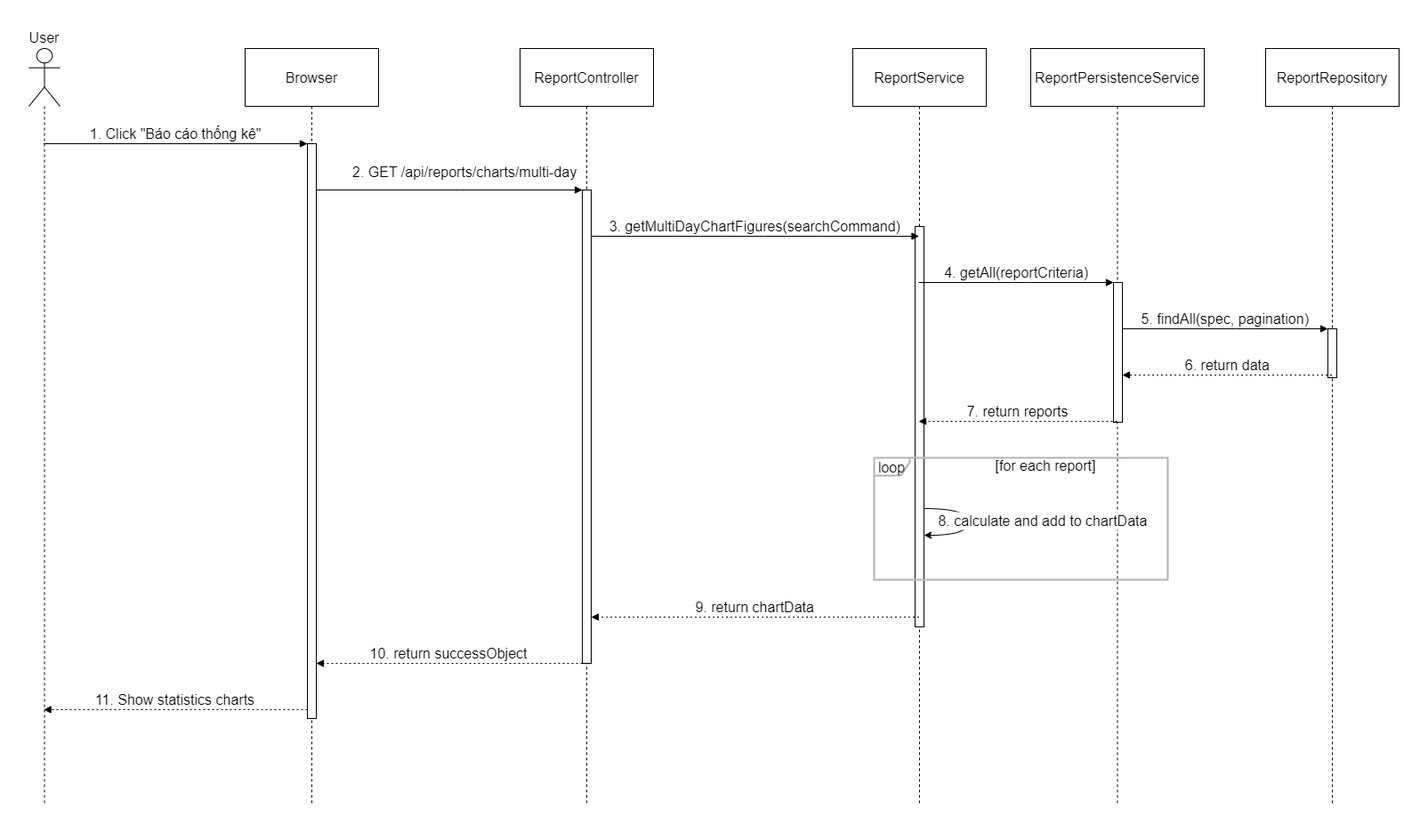
Earlier version of the draw.io export Report7/SDD/Detailed-Design/Report/outbound/21-04/get-multi-chart-sequence-diagram.drawio.png (f-pms/Document). Source tidied: cells renumbered, new cells last; positions are measured from the earlier drawing's top-left corner, leaving out a move shared by most shapes.
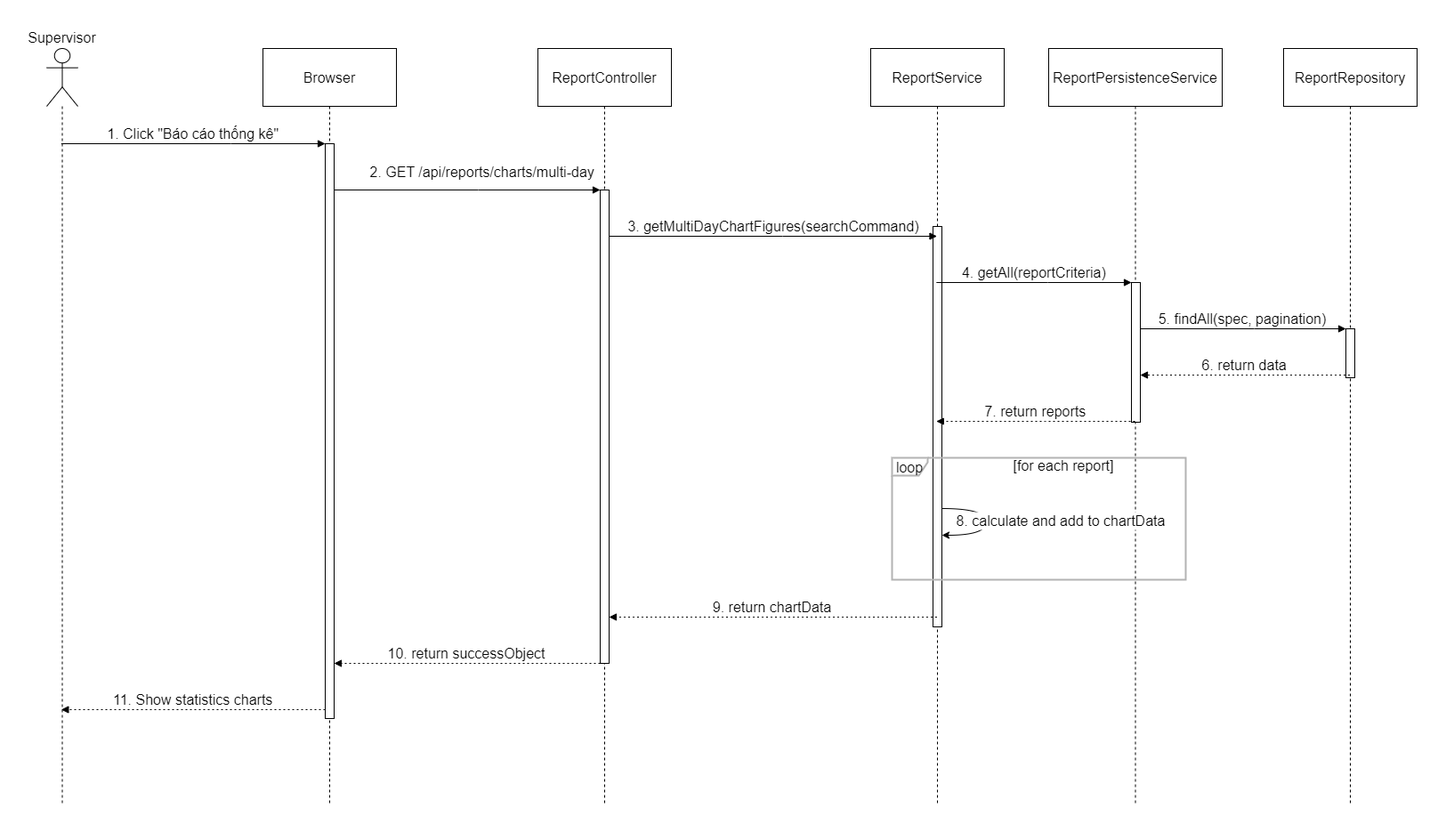
Above is the later version.

Change to the diagram source:
```diff
@@ -2,7 +2,7 @@
   <root>
     <mxCell id="0" />
     <mxCell id="1" parent="0" />
-    <mxCell id="2" value="User" style="shape=umlLifeline;perimeter=lifelinePerimeter;whiteSpace=wrap;outlineConnect=0;portConstraint=eastwest;newEdgeStyle={&quot;edgeStyle&quot;:&quot;elbowEdgeStyle&quot;,&quot;elbow&quot;:&quot;vertical&quot;,&quot;curved&quot;:0,&quot;rounded&quot;:0};participant=umlActor;verticalAlign=bottom;labelPosition=center;verticalLabelPosition=top;align=center;size=65;fontSize=16;" parent="1" vertex="1">
+    <mxCell id="2" value="Supervisor" style="shape=umlLifeline;perimeter=lifelinePerimeter;whiteSpace=wrap;outlineConnect=0;portConstraint=eastwest;newEdgeStyle={&quot;edgeStyle&quot;:&quot;elbowEdgeStyle&quot;,&quot;elbow&quot;:&quot;vertical&quot;,&quot;curved&quot;:0,&quot;rounded&quot;:0};participant=umlActor;verticalAlign=bottom;labelPosition=center;verticalLabelPosition=top;align=center;size=65;fontSize=16;" parent="1" vertex="1">
       <mxGeometry width="35" height="848" as="geometry" />
     </mxCell>
     <mxCell id="3" value="Browser" style="shape=umlLifeline;perimeter=lifelinePerimeter;whiteSpace=wrap;newEdgeStyle={&quot;edgeStyle&quot;:&quot;elbowEdgeStyle&quot;,&quot;elbow&quot;:&quot;vertical&quot;,&quot;curved&quot;:0,&quot;rounded&quot;:0};size=65;fontSize=16;" parent="1" vertex="1">
```
